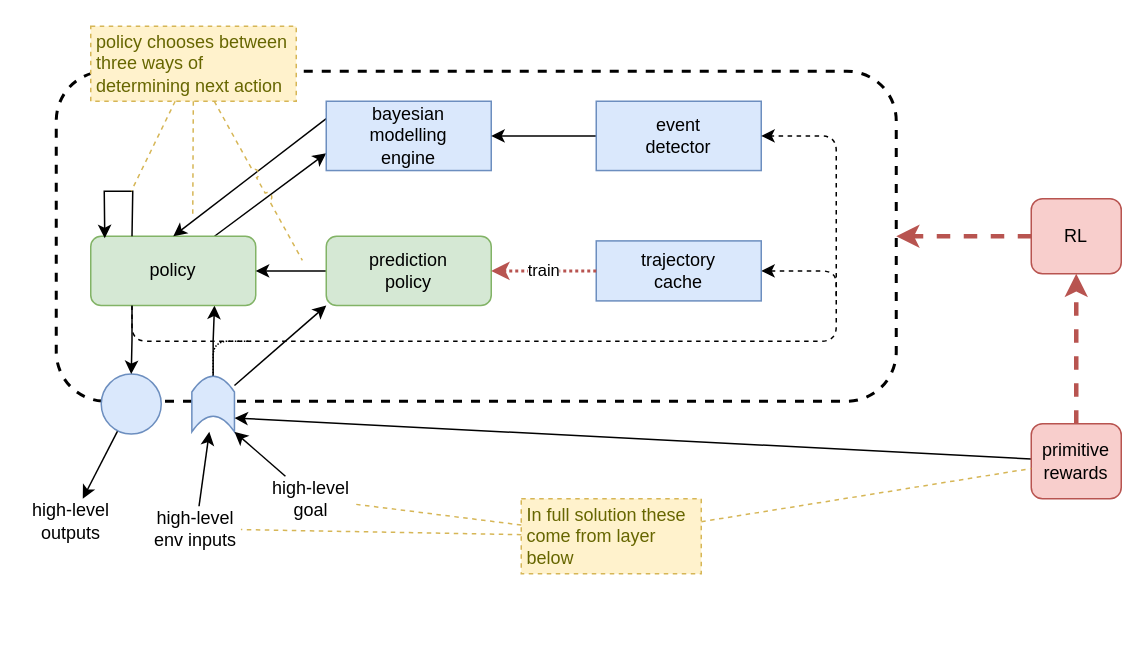
Before: page "with-modelling-and-prediction" (8 of 8) of files/Executive-control.drawio in malcolmlett/malcolmlett.github.io, a draw.io diagram. Source tidied: cells renumbered, new cells numbered last; positions are measured from the earlier drawing's top-left corner, leaving out a move shared by most shapes. Both pictures are drawn from the tidied source at 150%, with x=0, y=0 at pixel (26, 26).
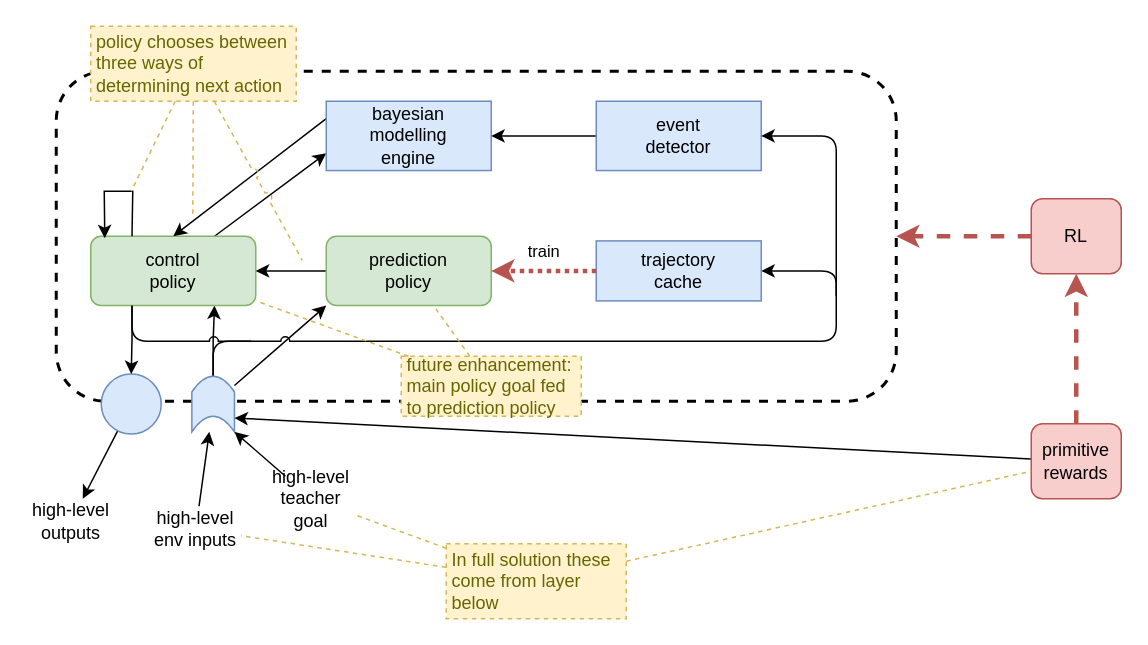
After the change.

The change refers to these unchanged cells:
```xml
<mxCell id="9" style="shape=dataStorage;whiteSpace=wrap;html=1;fixedSize=1;rounded=1;strokeWidth=1;fillColor=#dae8fc;strokeColor=#6c8ebf;rotation=90;size=10.440361664870636;horizontal=1;fontSize=17;" parent="1" vertex="1">
  <mxGeometry x="106.1" y="237.7" width="37" height="28.4" as="geometry" />
</mxCell>
<mxCell id="18" value="event&lt;br&gt;detector" style="rounded=0;whiteSpace=wrap;html=1;fillColor=#dae8fc;strokeColor=#6c8ebf;verticalAlign=middle;" parent="1" vertex="1">
  <mxGeometry x="380" y="50" width="110" height="46.2" as="geometry" />
</mxCell>
<mxCell id="36" value="prediction&lt;br&gt;policy" style="rounded=1;whiteSpace=wrap;html=1;fillColor=#d5e8d4;strokeColor=#82b366;verticalAlign=middle;" parent="1" vertex="1">
  <mxGeometry x="200" y="140" width="110" height="46.2" as="geometry" />
</mxCell>
<mxCell id="38" value="trajectory&lt;br&gt;cache" style="rounded=0;whiteSpace=wrap;html=1;fillColor=#dae8fc;strokeColor=#6c8ebf;" parent="1" vertex="1">
  <mxGeometry x="380" y="143.1" width="110" height="40" as="geometry" />
</mxCell>
```

Diff of the diagram source:
```diff
@@
-    <mxCell id="7" style="edgeStyle=orthogonalEdgeStyle;rounded=1;jettySize=auto;html=1;endArrow=none;endFill=0;strokeWidth=1;jumpStyle=arc;dashed=1;dashPattern=1 1;" parent="1" edge="1" source="9">
+    <mxCell id="7" style="edgeStyle=orthogonalEdgeStyle;rounded=1;jettySize=auto;html=1;endArrow=none;endFill=0;strokeWidth=1;jumpStyle=arc;" parent="1" edge="1" source="9">
       <mxGeometry relative="1" as="geometry">
         <mxPoint x="150" y="210" as="targetPoint" />
         <Array as="points">
           <mxPoint x="125" y="210" />
         </Array>
       </mxGeometry>
     </mxCell>
@@
-    <mxCell id="14" value="policy" style="rounded=1;whiteSpace=wrap;html=1;fillColor=#d5e8d4;strokeColor=#82b366;verticalAlign=middle;" parent="1" vertex="1">
+    <mxCell id="14" value="control&lt;br&gt;policy" style="rounded=1;whiteSpace=wrap;html=1;fillColor=#d5e8d4;strokeColor=#82b366;verticalAlign=middle;" parent="1" vertex="1">
       <mxGeometry x="43" y="140" width="110" height="46.2" as="geometry" />
     </mxCell>
@@
-    <mxCell id="24" style="edgeStyle=orthogonalEdgeStyle;rounded=1;jettySize=auto;html=1;entryX=1;entryY=0.5;entryDx=0;entryDy=0;endArrow=classic;endFill=1;strokeWidth=1;jumpStyle=none;dashed=1;exitX=0.25;exitY=1;exitDx=0;exitDy=0;" parent="1" edge="1" source="14" target="18">
+    <mxCell id="24" style="edgeStyle=orthogonalEdgeStyle;rounded=1;jettySize=auto;html=1;entryX=1;entryY=0.5;entryDx=0;entryDy=0;endArrow=classic;endFill=1;strokeWidth=1;jumpStyle=arc;exitX=0.25;exitY=1;exitDx=0;exitDy=0;" parent="1" edge="1" source="14" target="18">
       <mxGeometry relative="1" as="geometry">
         <Array as="points">
           <mxPoint x="70" y="210" />
           <mxPoint x="540" y="210" />
           <mxPoint x="540" y="73" />
         </Array>
       </mxGeometry>
     </mxCell>
@@
     <mxCell id="26" value="In full solution these come from layer below" style="rounded=0;whiteSpace=wrap;html=1;align=left;fillColor=#fff2cc;strokeColor=#d6b656;fontColor=#666600;dashed=1;spacingLeft=2;spacingRight=2;" parent="1" vertex="1">
-      <mxGeometry x="330" y="315" width="120" height="50" as="geometry" />
+      <mxGeometry x="280" y="345" width="120" height="50" as="geometry" />
     </mxCell>
@@
-    <mxCell id="29" value="high-level&lt;br&gt;goal" style="text;html=1;strokeColor=none;fillColor=none;align=center;verticalAlign=middle;whiteSpace=wrap;rounded=0;dashed=1;dashPattern=1 1;fontStyle=0;" parent="1" vertex="1">
+    <mxCell id="29" value="high-level&lt;br&gt;teacher goal" style="text;html=1;strokeColor=none;fillColor=none;align=center;verticalAlign=middle;whiteSpace=wrap;rounded=0;dashed=1;dashPattern=1 1;fontStyle=0;" parent="1" vertex="1">
       <mxGeometry x="160" y="300" width="60" height="30" as="geometry" />
     </mxCell>
@@
-    <mxCell id="37" style="edgeStyle=orthogonalEdgeStyle;rounded=1;jumpStyle=none;jettySize=auto;html=1;endArrow=classic;endFill=1;strokeWidth=1;dashed=1;entryX=1;entryY=0.5;entryDx=0;entryDy=0;" parent="1" edge="1" target="38">
+    <mxCell id="37" style="edgeStyle=orthogonalEdgeStyle;rounded=1;jumpStyle=none;jettySize=auto;html=1;endArrow=classic;endFill=1;strokeWidth=1;entryX=1;entryY=0.5;entryDx=0;entryDy=0;" parent="1" edge="1" target="38">
       <mxGeometry relative="1" as="geometry">
         <mxPoint x="540" y="180" as="sourcePoint" />
         <Array as="points">
           <mxPoint x="540" y="163" />
         </Array>
       </mxGeometry>
     </mxCell>
@@
-    <mxCell id="39" value="train" style="edgeStyle=orthogonalEdgeStyle;rounded=1;jettySize=auto;html=1;dashed=1;strokeColor=#b85450;strokeWidth=2;fillColor=#f8cecc;dashPattern=1 1;" parent="1" edge="1" source="38" target="36">
-      <mxGeometry relative="1" as="geometry" />
+    <mxCell id="39" value="train" style="edgeStyle=orthogonalEdgeStyle;rounded=1;jettySize=auto;html=1;dashed=1;strokeColor=#b85450;strokeWidth=3;fillColor=#f8cecc;dashPattern=1 1;" parent="1" edge="1" source="38" target="36">
+      <mxGeometry y="-13" relative="1" as="geometry" />
     </mxCell>
@@
+    <mxCell id="41" value="future enhancement:&lt;br&gt;main policy goal fed to prediction policy" style="rounded=0;whiteSpace=wrap;html=1;align=left;fillColor=#fff2cc;strokeColor=#d6b656;fontColor=#666600;dashed=1;spacingLeft=2;spacingRight=2;" parent="1" vertex="1">
+      <mxGeometry x="250" y="220" width="120" height="40" as="geometry" />
+    </mxCell>
+    <mxCell id="42" style="rounded=0;jumpStyle=none;jettySize=auto;html=1;strokeWidth=1;fontColor=#666600;dashed=1;strokeColor=#d6b656;fillColor=#fff2cc;endArrow=none;endFill=0;" parent="1" edge="1" source="41" target="14">
+      <mxGeometry relative="1" as="geometry" />
+    </mxCell>
+    <mxCell id="43" style="rounded=0;jumpStyle=none;jettySize=auto;html=1;strokeWidth=1;fontColor=#666600;dashed=1;strokeColor=#d6b656;fillColor=#fff2cc;endArrow=none;endFill=0;" parent="1" edge="1" source="41" target="36">
+      <mxGeometry relative="1" as="geometry" />
+    </mxCell>
```
